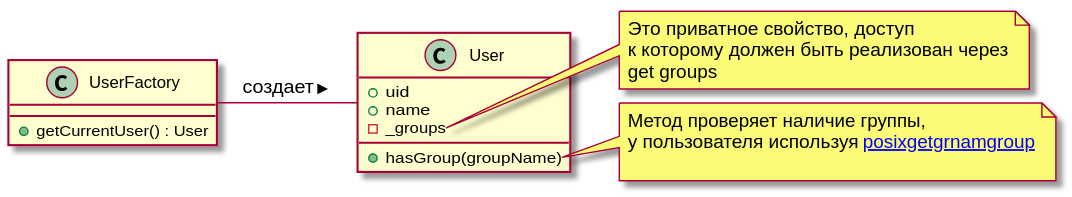
The PlantUML diagram docs/entities.svg in ilb/posixuserjs, before a commit.
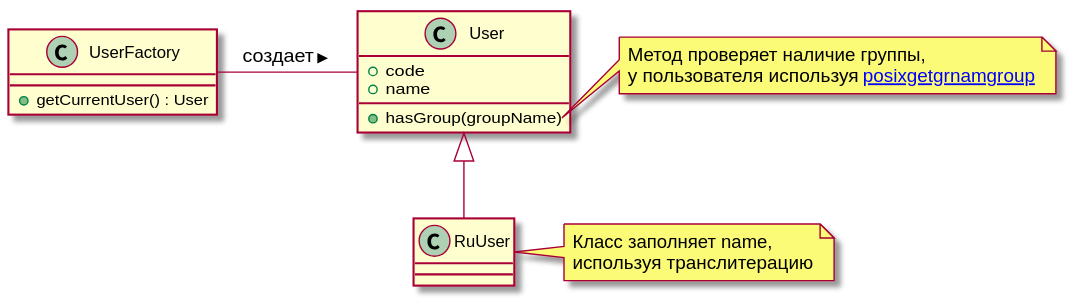
Later version of the same file.

Commit message:
replace uid with code

The edit, as a diff of the source:
```diff
@@ -1,22 +1,14 @@
 @startuml entities
 
 class User{
-    + uid
+    + code
     + name
-    - _groups
     + hasGroup(groupName)
 }
-
-note right of User::_groups
-  Это приватное свойство, доступ
-  к которому должен быть реализован через
-  get groups
-end note
 
 note right of User::hasGroup
   Метод проверяет наличие группы,
   у пользователя используя [[https://www.npmjs.com/package/posix#posixgetgrnamgroup posixgetgrnamgroup]]
-
 end note
 
 class UserFactory {
@@ -25,4 +17,12 @@
 
 UserFactory - User : создает >
 
+class RuUser extends User{
+}
+
+note right of RuUser
+  Класс заполняет name,
+  используя транслитерацию
+end note
+
 @enduml
```
